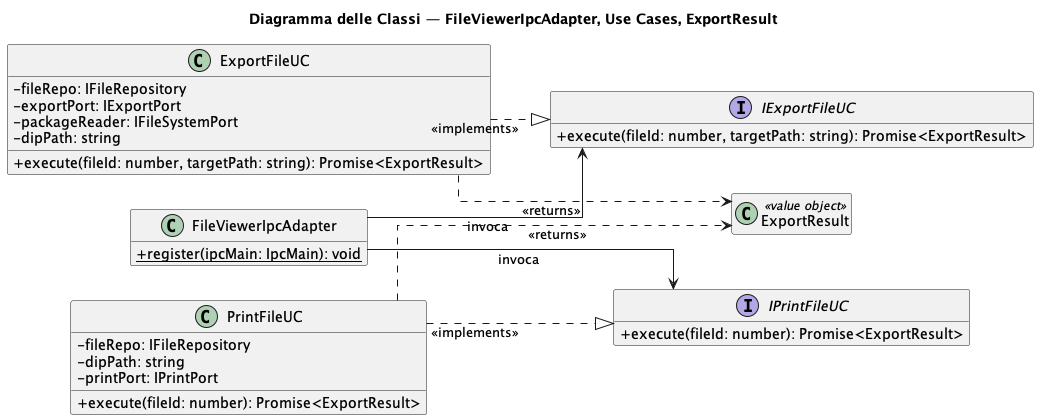
The PlantUML diagram out/3_PB/DocumentiEsterni/DiagrammiSpecificaTecnica/C4/C4_backend_Export/Export_IPC_Part1.png in 7-ZPUs/Docs, before a commit.
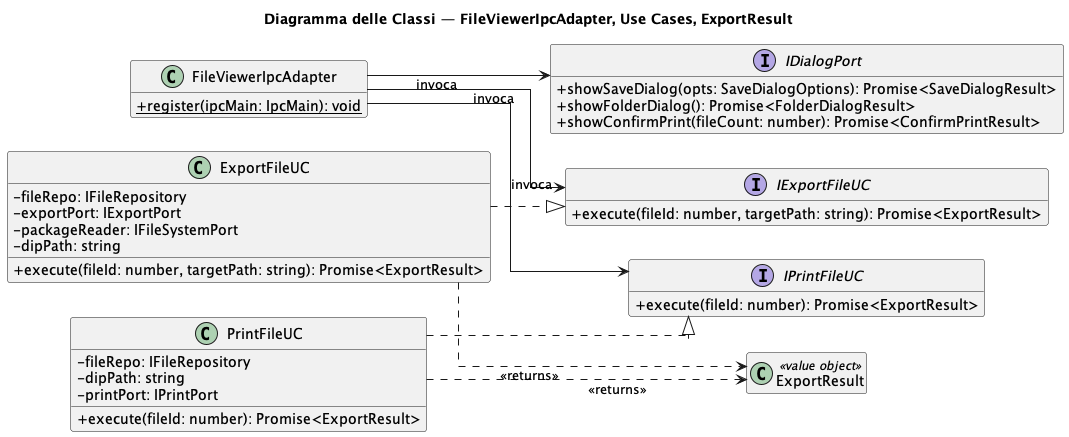
The same file after the commit.

Change to the diagram source:
```diff
@@ -14,6 +14,11 @@
 }
 interface IPrintFileUC {
     + execute(fileId: number): Promise<ExportResult>
+}
+interface IDialogPort {
+    + showSaveDialog(opts: SaveDialogOptions): Promise<SaveDialogResult>
+    + showFolderDialog(): Promise<FolderDialogResult>
+    + showConfirmPrint(fileCount: number): Promise<ConfirmPrintResult>
 }
 class ExportFileUC {
     - fileRepo: IFileRepository
@@ -32,8 +37,9 @@
 
 FileViewerIpcAdapter --> IExportFileUC : invoca
 FileViewerIpcAdapter --> IPrintFileUC  : invoca
-PrintFileUC  ..|> IPrintFileUC : <<implements>>
+FileViewerIpcAdapter --> IDialogPort   : invoca
+PrintFileUC  ..|> IPrintFileUC
 PrintFileUC  ..> ExportResult : <<returns>>
 ExportFileUC ..> ExportResult : <<returns>>
-ExportFileUC ..|> IExportFileUC : <<implements>>
+ExportFileUC ..|> IExportFileUC
 @enduml
```
